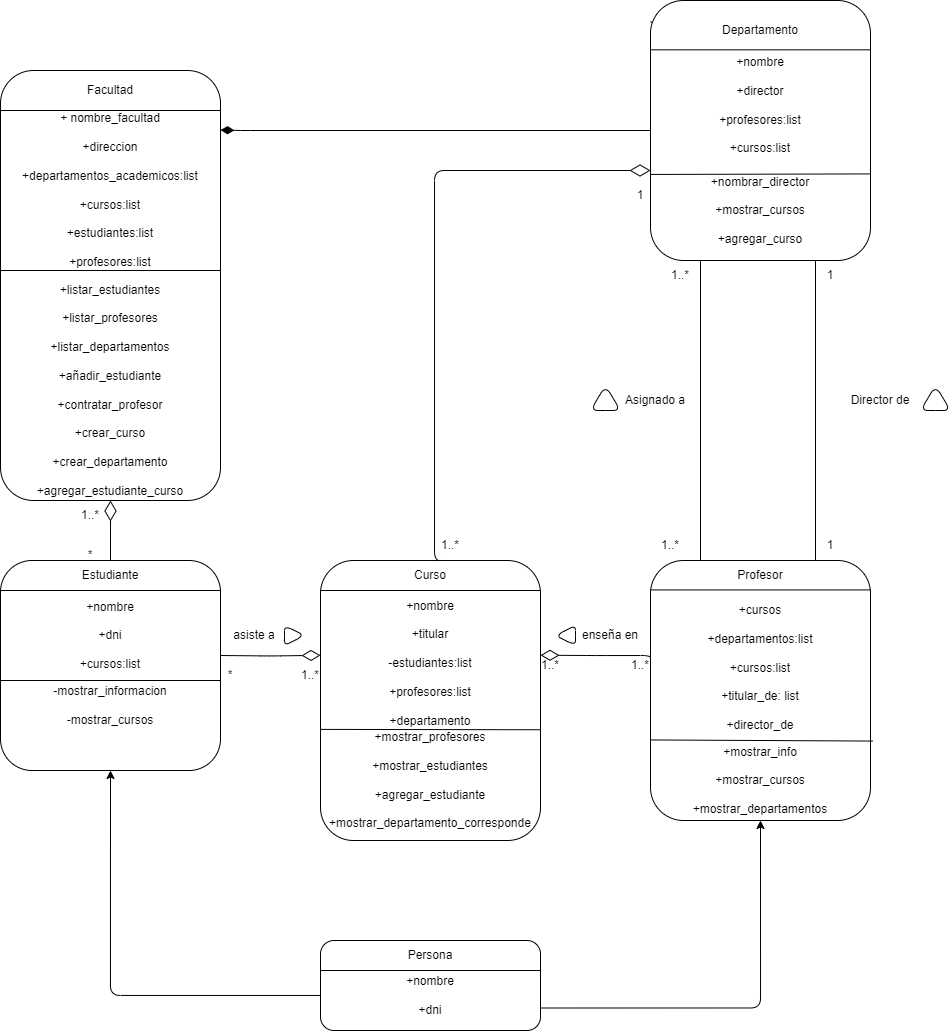
The draw.io diagram TrabajoPractico_2/proyecto_2.1/docs/UMLproblema1.drawio.png in AgustinG178/pa_2025c1_practica, before a commit. Source tidied: cells renumbered, new cells last; positions are measured from the earlier drawing's top-left corner, leaving out a move shared by most shapes.
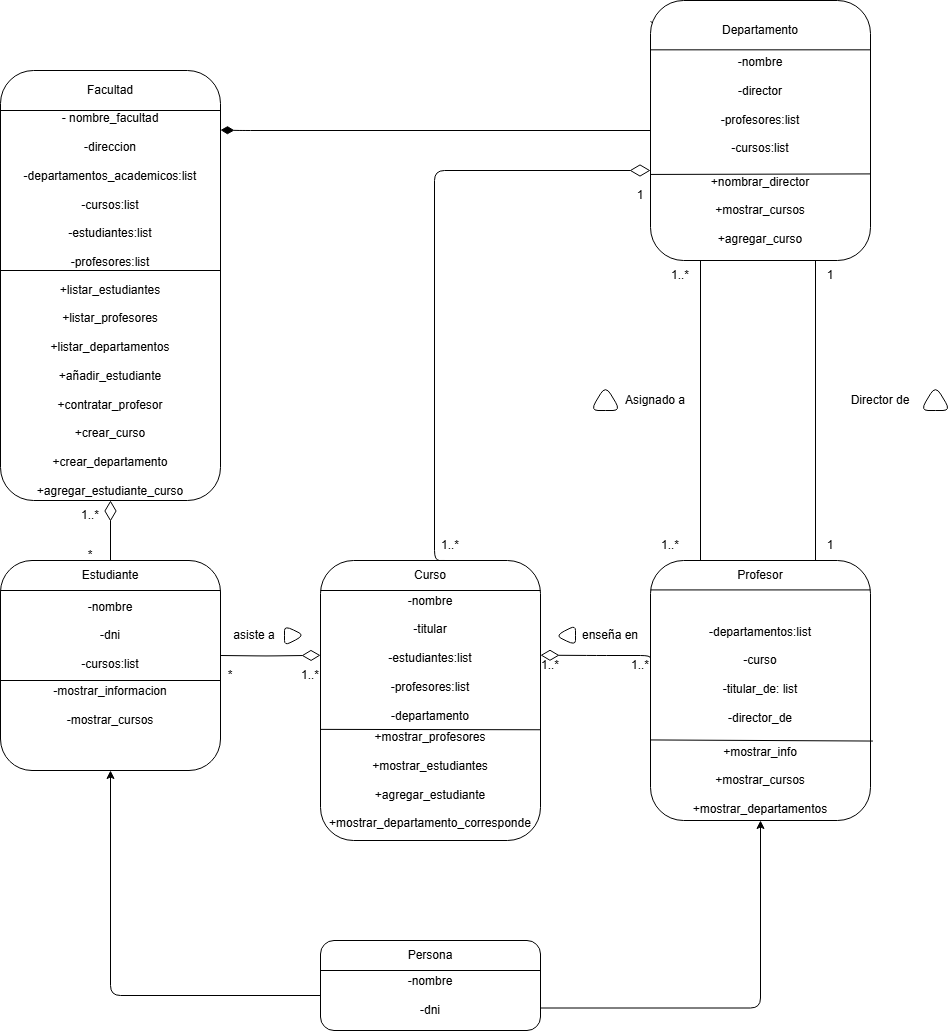
The same file after the commit.

Commit message:
Cambio atributos a privado (todos)

What changed in the source:
```diff
@@ -16,7 +16,7 @@
     <mxCell id="5" style="endArrow=none;html=1;rounded=1;exitX=0;exitY=1;exitDx=0;exitDy=0;entryX=1;entryY=1;entryDx=0;entryDy=0;" parent="1" edge="1" source="4" target="4">
       <mxGeometry relative="1" as="geometry" />
     </mxCell>
-    <mxCell id="6" value="+ nombre_facultad&lt;div&gt;&lt;br&gt;&lt;div&gt;+direccion&lt;/div&gt;&lt;div&gt;&lt;br&gt;&lt;/div&gt;&lt;div&gt;+departamentos_academicos:list&lt;/div&gt;&lt;/div&gt;&lt;div&gt;&lt;br&gt;&lt;/div&gt;&lt;div&gt;+cursos:list&lt;/div&gt;&lt;div&gt;&lt;br&gt;&lt;/div&gt;&lt;div&gt;+estudiantes:list&lt;/div&gt;&lt;div&gt;&lt;br&gt;&lt;/div&gt;&lt;div&gt;+profesores:list&lt;/div&gt;" style="text;html=1;align=center;verticalAlign=middle;whiteSpace=wrap;rounded=1;" parent="1" vertex="1">
+    <mxCell id="6" value="- nombre_facultad&lt;div&gt;&lt;br&gt;&lt;div&gt;-direccion&lt;/div&gt;&lt;div&gt;&lt;br&gt;&lt;/div&gt;&lt;div&gt;-departamentos_academicos:list&lt;/div&gt;&lt;/div&gt;&lt;div&gt;&lt;br&gt;&lt;/div&gt;&lt;div&gt;-cursos:list&lt;/div&gt;&lt;div&gt;&lt;br&gt;&lt;/div&gt;&lt;div&gt;-estudiantes:list&lt;/div&gt;&lt;div&gt;&lt;br&gt;&lt;/div&gt;&lt;div&gt;-profesores:list&lt;/div&gt;" style="text;html=1;align=center;verticalAlign=middle;whiteSpace=wrap;rounded=1;" parent="1" vertex="1">
       <mxGeometry y="110" width="220" height="160" as="geometry" />
     </mxCell>
     <mxCell id="7" style="endArrow=none;html=1;rounded=1;exitX=0;exitY=0.5;exitDx=0;exitDy=0;entryX=1;entryY=0.5;entryDx=0;entryDy=0;" parent="1" edge="1">
@@ -40,7 +40,7 @@
     <mxCell id="12" style="endArrow=none;html=1;rounded=1;entryX=1;entryY=1;entryDx=0;entryDy=0;exitX=0;exitY=1;exitDx=0;exitDy=0;" parent="1" edge="1" source="11" target="11">
       <mxGeometry relative="1" as="geometry" />
     </mxCell>
-    <mxCell id="13" value="+nombre&lt;div&gt;&lt;br&gt;&lt;/div&gt;&lt;div&gt;+dni&lt;/div&gt;&lt;div&gt;&lt;br&gt;&lt;/div&gt;&lt;div&gt;+cursos:list&lt;/div&gt;" style="text;html=1;align=center;verticalAlign=middle;whiteSpace=wrap;rounded=1;" parent="1" vertex="1">
+    <mxCell id="13" value="-nombre&lt;div&gt;&lt;br&gt;&lt;/div&gt;&lt;div&gt;-dni&lt;/div&gt;&lt;div&gt;&lt;br&gt;&lt;/div&gt;&lt;div&gt;-cursos:list&lt;/div&gt;" style="text;html=1;align=center;verticalAlign=middle;whiteSpace=wrap;rounded=1;" parent="1" vertex="1">
       <mxGeometry y="590" width="220" height="90" as="geometry" />
     </mxCell>
     <mxCell id="14" style="endArrow=none;html=1;rounded=1;entryX=1;entryY=1;entryDx=0;entryDy=0;exitX=0;exitY=1;exitDx=0;exitDy=0;" parent="1" edge="1" source="13" target="13">
@@ -69,8 +69,8 @@
         <mxPoint x="540" y="590" as="targetPoint" />
       </mxGeometry>
     </mxCell>
-    <mxCell id="20" value="&lt;div&gt;&lt;br&gt;&lt;/div&gt;&lt;div&gt;+nombre&lt;/div&gt;&lt;div&gt;&lt;br&gt;&lt;/div&gt;+titular&lt;div&gt;&lt;br&gt;&lt;/div&gt;&lt;div&gt;-estudiantes:list&lt;/div&gt;&lt;div&gt;&lt;br&gt;&lt;/div&gt;&lt;div&gt;+profesores:list&lt;/div&gt;&lt;div&gt;&lt;br&gt;&lt;/div&gt;&lt;div&gt;+departamento&lt;/div&gt;&lt;div&gt;&lt;br&gt;&lt;/div&gt;&lt;div&gt;&lt;br&gt;&lt;/div&gt;" style="text;html=1;align=center;verticalAlign=middle;whiteSpace=wrap;rounded=1;" parent="1" vertex="1">
-      <mxGeometry x="320" y="620" width="220" height="100" as="geometry" />
+    <mxCell id="20" value="&lt;div&gt;&lt;br&gt;&lt;/div&gt;&lt;div&gt;-nombre&lt;/div&gt;&lt;div&gt;&lt;br&gt;&lt;/div&gt;-titular&lt;div&gt;&lt;br&gt;&lt;/div&gt;&lt;div&gt;-estudiantes:list&lt;/div&gt;&lt;div&gt;&lt;br&gt;&lt;/div&gt;&lt;div&gt;-profesores:list&lt;/div&gt;&lt;div&gt;&lt;br&gt;&lt;/div&gt;&lt;div&gt;-departamento&lt;/div&gt;&lt;div&gt;&lt;br&gt;&lt;/div&gt;&lt;div&gt;&lt;br&gt;&lt;/div&gt;" style="text;html=1;align=center;verticalAlign=middle;whiteSpace=wrap;rounded=1;" parent="1" vertex="1">
+      <mxGeometry x="320" y="605" width="220" height="120" as="geometry" />
     </mxCell>
     <mxCell id="21" style="endArrow=none;html=1;rounded=1;exitX=0.002;exitY=0.943;exitDx=0;exitDy=0;exitPerimeter=0;entryX=1;entryY=0.94;entryDx=0;entryDy=0;entryPerimeter=0;" parent="1" edge="1">
       <mxGeometry relative="1" as="geometry">
@@ -93,7 +93,7 @@
         <mxPoint x="870" y="589.4" as="targetPoint" />
       </mxGeometry>
     </mxCell>
-    <mxCell id="26" value="&lt;br&gt;&lt;div&gt;+cursos&lt;/div&gt;&lt;div&gt;&lt;br&gt;&lt;/div&gt;&lt;div&gt;+departamentos:list&lt;/div&gt;&lt;div&gt;&lt;br&gt;&lt;/div&gt;&lt;div&gt;+cursos:list&lt;/div&gt;&lt;div&gt;&lt;br&gt;&lt;/div&gt;&lt;div&gt;+titular_de: list&lt;/div&gt;&lt;div&gt;&lt;br&gt;&lt;/div&gt;&lt;div&gt;+director_de&lt;/div&gt;" style="text;html=1;align=center;verticalAlign=middle;whiteSpace=wrap;rounded=1;" parent="1" vertex="1">
+    <mxCell id="26" value="&lt;div&gt;&lt;br&gt;&lt;/div&gt;&lt;div&gt;&lt;br&gt;&lt;/div&gt;&lt;div&gt;-departamentos:list&lt;/div&gt;&lt;div&gt;&lt;br&gt;&lt;/div&gt;&lt;div&gt;-curso&lt;/div&gt;&lt;div&gt;&lt;br&gt;&lt;/div&gt;&lt;div&gt;-titular_de: list&lt;/div&gt;&lt;div&gt;&lt;br&gt;&lt;/div&gt;&lt;div&gt;-director_de&lt;/div&gt;" style="text;html=1;align=center;verticalAlign=middle;whiteSpace=wrap;rounded=1;" parent="1" vertex="1">
       <mxGeometry x="650" y="590" width="220" height="140" as="geometry" />
     </mxCell>
     <mxCell id="27" style="endArrow=none;html=1;rounded=1;exitX=-0.005;exitY=0.785;exitDx=0;exitDy=0;exitPerimeter=0;entryX=1.006;entryY=0.789;entryDx=0;entryDy=0;entryPerimeter=0;" parent="1" edge="1">
@@ -108,7 +108,7 @@
     <mxCell id="29" style="rounded=1;whiteSpace=wrap;html=1;" parent="1" vertex="1">
       <mxGeometry x="650" width="220" height="260" as="geometry" />
     </mxCell>
-    <mxCell id="30" value="&lt;div&gt;+nombre&lt;/div&gt;&lt;div&gt;&lt;br&gt;&lt;/div&gt;+director&lt;div&gt;&lt;br&gt;&lt;/div&gt;&lt;div&gt;+profesores:list&lt;/div&gt;&lt;div&gt;&lt;br&gt;&lt;/div&gt;&lt;div&gt;+cursos:list&lt;/div&gt;" style="text;html=1;align=center;verticalAlign=middle;whiteSpace=wrap;rounded=1;" parent="1" vertex="1">
+    <mxCell id="30" value="&lt;div&gt;-nombre&lt;/div&gt;&lt;div&gt;&lt;br&gt;&lt;/div&gt;-director&lt;div&gt;&lt;br&gt;&lt;/div&gt;&lt;div&gt;-profesores:list&lt;/div&gt;&lt;div&gt;&lt;br&gt;&lt;/div&gt;&lt;div&gt;-cursos:list&lt;/div&gt;" style="text;html=1;align=center;verticalAlign=middle;whiteSpace=wrap;rounded=1;" parent="1" vertex="1">
       <mxGeometry x="680" y="50" width="160" height="110" as="geometry" />
     </mxCell>
     <mxCell id="31" style="endArrow=none;html=1;rounded=1;exitX=0;exitY=1;exitDx=0;exitDy=0;entryX=1;entryY=1;entryDx=0;entryDy=0;" parent="1" edge="1">
@@ -225,7 +225,7 @@
     <mxCell id="62" style="edgeStyle=orthogonalEdgeStyle;rounded=1;jettySize=auto;html=1;entryX=0.5;entryY=1;entryDx=0;entryDy=0;" parent="1" edge="1" source="63" target="9">
       <mxGeometry relative="1" as="geometry" />
     </mxCell>
-    <mxCell id="63" value="+nombre&lt;div&gt;&lt;br&gt;&lt;/div&gt;&lt;div&gt;+dni&lt;/div&gt;" style="text;html=1;align=center;verticalAlign=middle;whiteSpace=wrap;rounded=1;" parent="1" vertex="1">
+    <mxCell id="63" value="-nombre&lt;div&gt;&lt;br&gt;&lt;/div&gt;&lt;div&gt;-dni&lt;/div&gt;" style="text;html=1;align=center;verticalAlign=middle;whiteSpace=wrap;rounded=1;" parent="1" vertex="1">
       <mxGeometry x="320" y="970" width="220" height="50" as="geometry" />
     </mxCell>
     <mxCell id="64" style="endArrow=none;html=1;rounded=1;exitX=0.001;exitY=0.669;exitDx=0;exitDy=0;exitPerimeter=0;entryX=0.999;entryY=0.667;entryDx=0;entryDy=0;entryPerimeter=0;" parent="1" edge="1" source="29" target="29">
```
